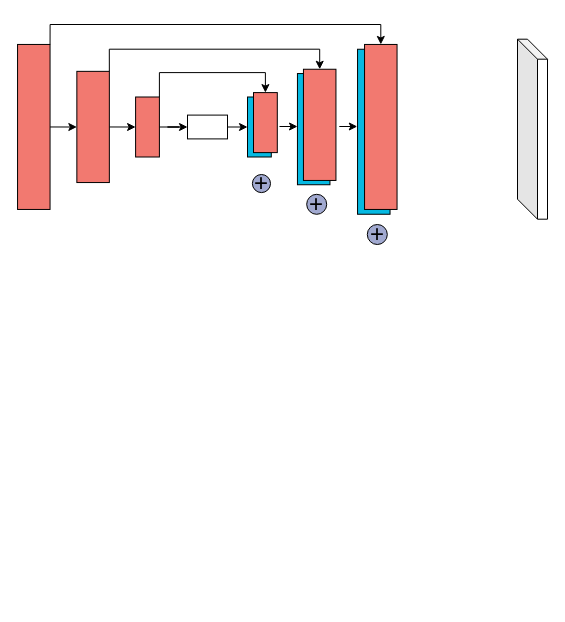
Earlier version of the draw.io diagram page "第 2 页" (2 of 3) of 强度建模框架.drawio (LB157/PhotoLibrary). Source tidied: cells renumbered, new cells numbered last; positions are measured from the earlier drawing's top-left corner, leaving out a move shared by most shapes. Both pictures are drawn from the tidied source at 100%, with x=0, y=0 at pixel (-49, 39).
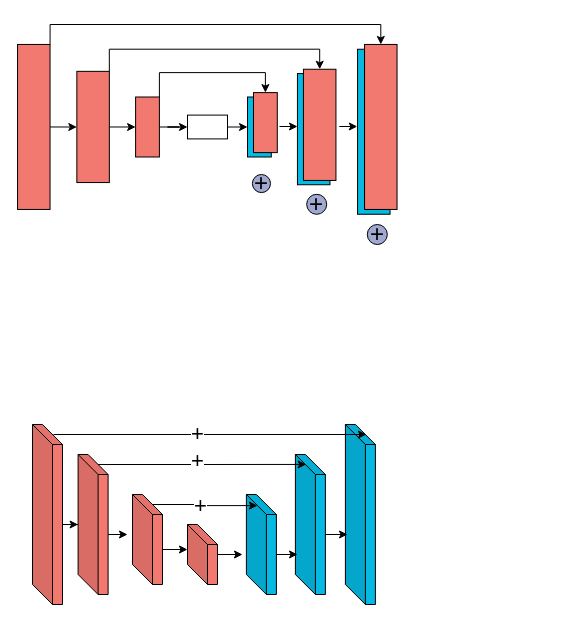
After the change.

Commit message (it also covers changes not shown here):
更新强度建模框架.drawio

What changed in the source:
```diff
@@
+    <mxCell id="25" style="group;" parent="1" vertex="1">
+      <mxGeometry x="81" y="385" width="342.9" height="180" as="geometry" />
+    </mxCell>
+    <mxCell id="26" style="edgeStyle=orthogonalEdgeStyle;rounded=0;jettySize=auto;html=1;exitX=0;exitY=0;exitDx=30;exitDy=100;exitPerimeter=0;" parent="25" edge="1" source="24" target="28">
+      <mxGeometry relative="1" as="geometry" />
+    </mxCell>
-    <mxCell id="24" style="shape=cube;whiteSpace=wrap;html=1;boundedLbl=1;backgroundOutline=1;darkOpacity=0.05;darkOpacity2=0.1;" parent="1" vertex="1">
-      <mxGeometry x="566" y="-0.3" width="30" height="180" as="geometry" />
+    <mxCell id="24" style="shape=cube;whiteSpace=wrap;html=1;boundedLbl=1;backgroundOutline=1;darkOpacity=0.05;darkOpacity2=0.1;fillColor=#F27970;" parent="25" vertex="1">
+      <mxGeometry width="30" height="180" as="geometry" />
     </mxCell>
+    <mxCell id="27" style="edgeStyle=orthogonalEdgeStyle;rounded=0;jettySize=auto;html=1;exitX=0;exitY=0;exitDx=30;exitDy=80;exitPerimeter=0;" parent="25" edge="1" source="28">
+      <mxGeometry relative="1" as="geometry">
+        <mxPoint x="95" y="110" as="targetPoint" />
+      </mxGeometry>
+    </mxCell>
+    <mxCell id="28" style="shape=cube;whiteSpace=wrap;html=1;boundedLbl=1;backgroundOutline=1;darkOpacity=0.05;darkOpacity2=0.1;fillColor=#F27970;" parent="25" vertex="1">
+      <mxGeometry x="45.6" y="30" width="30" height="140" as="geometry" />
+    </mxCell>
+    <mxCell id="29" style="edgeStyle=orthogonalEdgeStyle;rounded=0;jettySize=auto;html=1;exitX=0;exitY=0;exitDx=30;exitDy=55;exitPerimeter=0;" parent="25" edge="1" source="30">
+      <mxGeometry relative="1" as="geometry">
+        <mxPoint x="155" y="125" as="targetPoint" />
+      </mxGeometry>
+    </mxCell>
+    <mxCell id="30" style="shape=cube;whiteSpace=wrap;html=1;boundedLbl=1;backgroundOutline=1;darkOpacity=0.05;darkOpacity2=0.1;fillColor=#F27970;" parent="25" vertex="1">
+      <mxGeometry x="100" y="70" width="30" height="90" as="geometry" />
+    </mxCell>
+    <mxCell id="31" style="shape=cube;whiteSpace=wrap;html=1;boundedLbl=1;backgroundOutline=1;darkOpacity=0.05;darkOpacity2=0.1;fillColor=#F27970;" parent="25" vertex="1">
+      <mxGeometry x="155" y="100" width="30" height="60" as="geometry" />
+    </mxCell>
+    <mxCell id="32" style="shape=cube;whiteSpace=wrap;html=1;boundedLbl=1;backgroundOutline=1;darkOpacity=0.05;darkOpacity2=0.1;fillColor=#05B9E2;" parent="25" vertex="1">
+      <mxGeometry x="213.9" y="70" width="30" height="100" as="geometry" />
+    </mxCell>
+    <mxCell id="33" style="shape=cube;whiteSpace=wrap;html=1;boundedLbl=1;backgroundOutline=1;darkOpacity=0.05;darkOpacity2=0.1;fillColor=#05B9E2;" parent="25" vertex="1">
+      <mxGeometry x="262.9" y="30" width="30" height="140" as="geometry" />
+    </mxCell>
+    <mxCell id="34" style="shape=cube;whiteSpace=wrap;html=1;boundedLbl=1;backgroundOutline=1;darkOpacity=0.05;darkOpacity2=0.1;fillColor=#05B9E2;" parent="25" vertex="1">
+      <mxGeometry x="312.9" width="30" height="180" as="geometry" />
+    </mxCell>
+    <mxCell id="35" style="edgeStyle=orthogonalEdgeStyle;rounded=0;jettySize=auto;html=1;exitX=0;exitY=0;exitDx=20;exitDy=10;exitPerimeter=0;entryX=0.368;entryY=0.111;entryDx=0;entryDy=0;entryPerimeter=0;" parent="25" edge="1" source="30" target="32">
+      <mxGeometry relative="1" as="geometry" />
+    </mxCell>
+    <mxCell id="36" value="&lt;font&gt;+&lt;/font&gt;" style="edgeLabel;html=1;align=center;verticalAlign=middle;fontSize=22;" parent="35" vertex="1">
+      <mxGeometry x="-0.12" y="-1" relative="1" as="geometry" />
+    </mxCell>
+    <mxCell id="37" style="edgeStyle=orthogonalEdgeStyle;rounded=0;jettySize=auto;html=1;exitX=0;exitY=0;exitDx=20;exitDy=10;exitPerimeter=0;entryX=0.359;entryY=0.071;entryDx=0;entryDy=0;entryPerimeter=0;" parent="25" edge="1" source="28" target="33">
+      <mxGeometry relative="1" as="geometry" />
+    </mxCell>
+    <mxCell id="38" value="&lt;span&gt;+&lt;/span&gt;" style="edgeLabel;html=1;align=center;verticalAlign=middle;fontSize=22;" parent="37" vertex="1">
+      <mxGeometry x="0.15" y="3" relative="1" as="geometry">
+        <mxPoint x="-21" as="offset" />
+      </mxGeometry>
+    </mxCell>
+    <mxCell id="39" style="edgeStyle=orthogonalEdgeStyle;rounded=0;orthogonalLoop=1;jettySize=auto;html=1;exitX=0;exitY=0;exitDx=20;exitDy=10;exitPerimeter=0;entryX=0;entryY=0;entryDx=20;entryDy=10;entryPerimeter=0;" parent="25" edge="1">
+      <mxGeometry relative="1" as="geometry">
+        <mxPoint x="21" y="10" as="sourcePoint" />
+        <mxPoint x="333.9" y="10" as="targetPoint" />
+      </mxGeometry>
+    </mxCell>
+    <mxCell id="40" value="&lt;font&gt;+&lt;/font&gt;" style="edgeLabel;html=1;align=center;verticalAlign=middle;fontSize=22;" parent="39" vertex="1">
+      <mxGeometry x="-0.07" y="1" relative="1" as="geometry">
+        <mxPoint x="-2" as="offset" />
+      </mxGeometry>
+    </mxCell>
+    <mxCell id="41" style="edgeStyle=orthogonalEdgeStyle;rounded=0;orthogonalLoop=1;jettySize=auto;html=1;exitX=0;exitY=0;exitDx=30;exitDy=55;exitPerimeter=0;" parent="25" edge="1">
+      <mxGeometry relative="1" as="geometry">
+        <mxPoint x="185" y="130" as="sourcePoint" />
+        <mxPoint x="210" y="130" as="targetPoint" />
+      </mxGeometry>
+    </mxCell>
+    <mxCell id="42" style="edgeStyle=orthogonalEdgeStyle;rounded=0;jettySize=auto;html=1;exitX=0;exitY=0;exitDx=30;exitDy=60;exitPerimeter=0;entryX=0.071;entryY=0.714;entryDx=0;entryDy=0;entryPerimeter=0;" parent="25" edge="1" source="32" target="33">
+      <mxGeometry relative="1" as="geometry" />
+    </mxCell>
+    <mxCell id="43" style="edgeStyle=orthogonalEdgeStyle;rounded=0;jettySize=auto;html=1;exitX=0;exitY=0;exitDx=30;exitDy=80;exitPerimeter=0;entryX=0.071;entryY=0.611;entryDx=0;entryDy=0;entryPerimeter=0;" parent="25" edge="1" source="33" target="34">
+      <mxGeometry relative="1" as="geometry" />
+    </mxCell>
```
